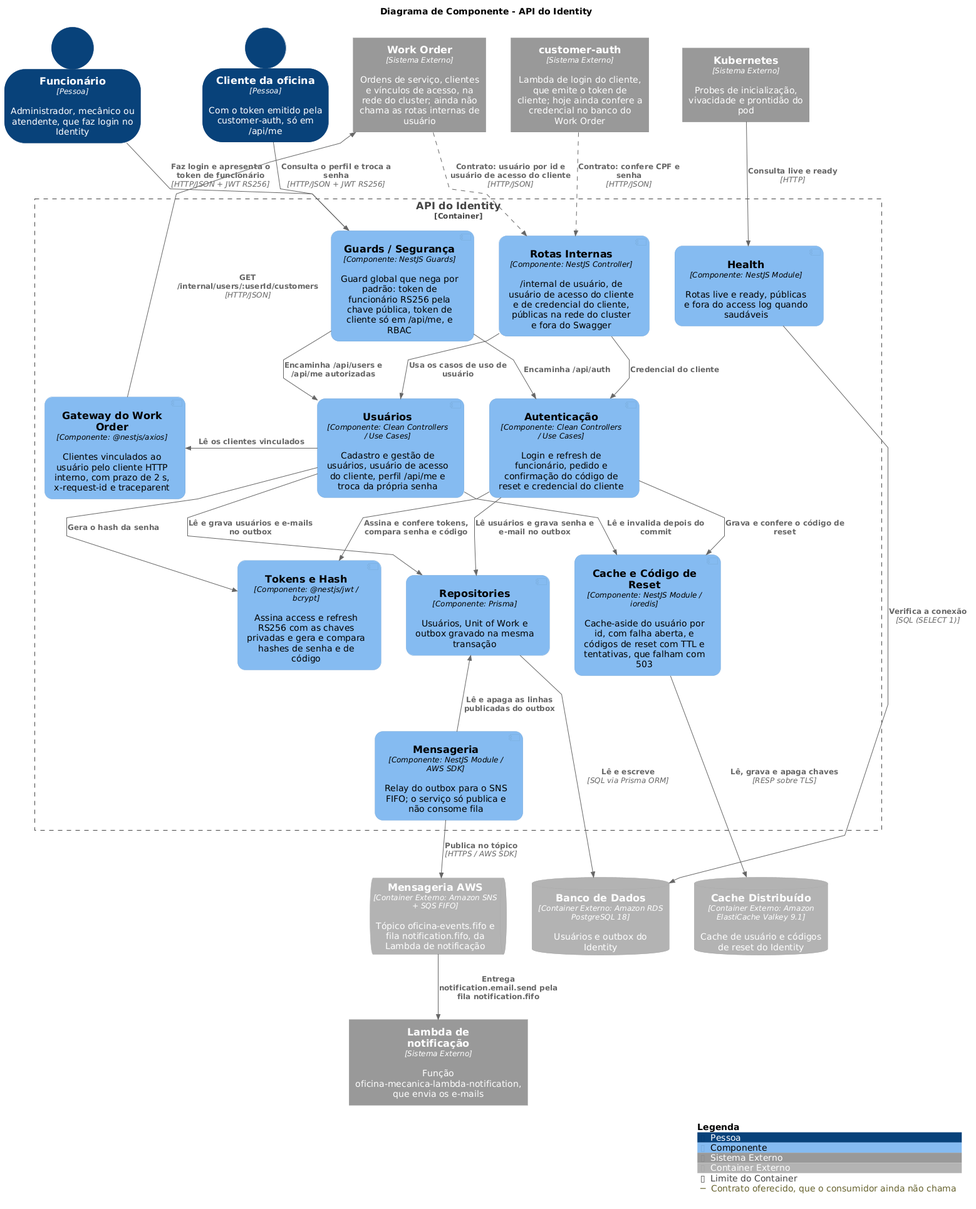
Before: docs/c4/images/c4-component.png, a diagram exported from PlantUML (FIAP-15SOAT/oficina-mecanica-identity-service).
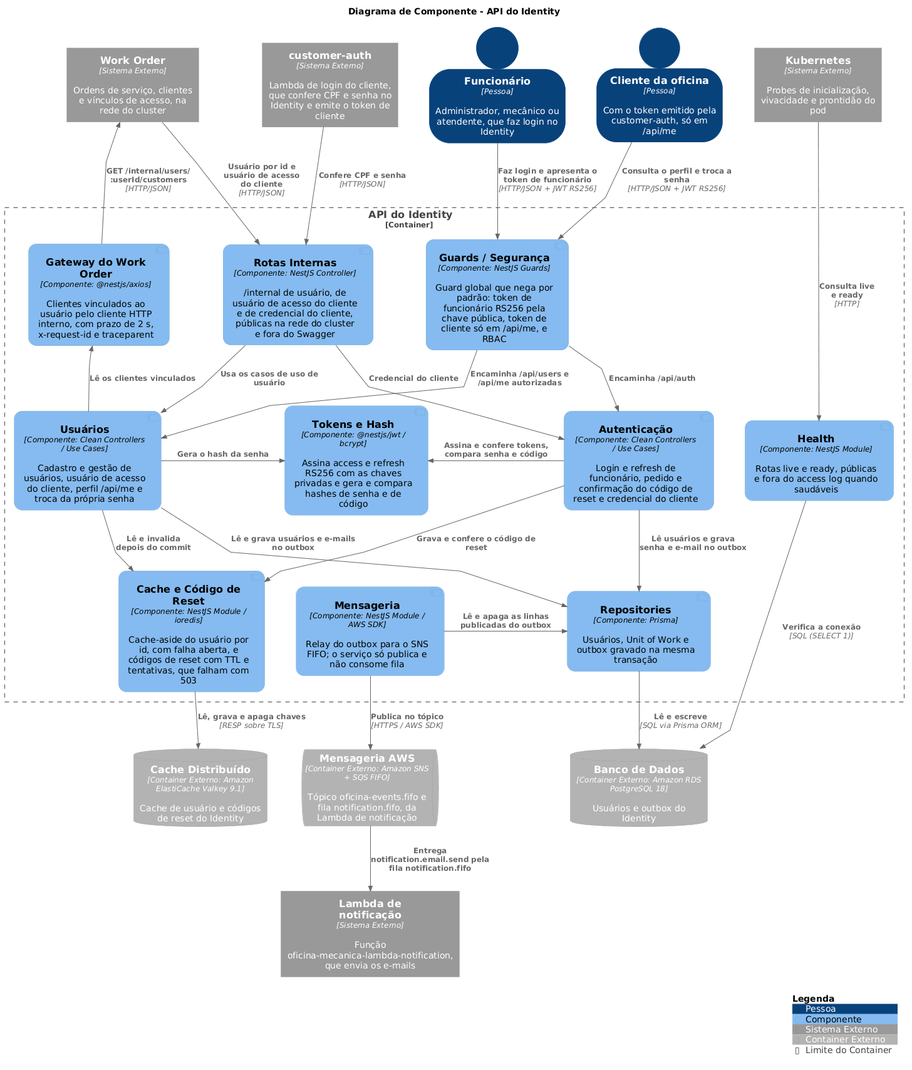
Above is the later version.

Commit message:
docs(identity): add ER diagram and align C4 with internal callers

Diff of the diagram source:
```diff
@@ -6,15 +6,17 @@
 UpdateElementStyle("person", $legendText="Pessoa")
 UpdateElementStyle("external_system", $legendText="Sistema Externo")
 UpdateElementStyle("external_container", $legendText="Container Externo")
-UpdateBoundaryStyle("container", $type="Container", $legendText="Limite do Container")
-AddRelTag("contract", $lineStyle = DashedLine(), $legendText="Contrato oferecido, que o consumidor ainda não chama")
+!$titleShift = "<U+00A0><U+00A0><U+00A0><U+00A0><U+00A0><U+00A0><U+00A0><U+00A0><U+00A0><U+00A0><U+00A0><U+00A0><U+00A0><U+00A0><U+00A0><U+00A0><U+00A0><U+00A0><U+00A0><U+00A0><U+00A0><U+00A0><U+00A0><U+00A0><U+00A0>"
+!$boundaryType = "Container]" + $titleShift + "<U+00A0><U+00A0><U+00A0><U+00A0><U+00A0><U+00A0><U+00A0><U+00A0><color:transparent>"
+!$boundaryName = "API do Identity" + $titleShift
+UpdateBoundaryStyle("container", $type=$boundaryType, $legendText="Limite do Container")
 
 SHOW_ELEMENT_TYPE($hidePersonType="false")
 SHOW_PERSON_OUTLINE()
 skinparam defaultFontName Arial
 
 skinparam linetype polyline
-skinparam nodesep 40
+skinparam nodesep 50
 skinparam ranksep 60
 
 skinparam component {
@@ -26,62 +28,63 @@
 
 title Diagrama de Componente - API do Identity
 
+System_Ext(workOrder, "Work Order", "Ordens de serviço, clientes e vínculos de acesso, na rede do cluster")
+System_Ext(customerAuth, "customer-auth", "Lambda de login do cliente, que confere CPF e senha no Identity e emite o token de cliente")
 Person(staff, "Funcionário", "Administrador, mecânico ou atendente, que faz login no Identity")
 Person(customer, "Cliente da oficina", "Com o token emitido pela customer-auth, só em /api/me")
-System_Ext(workOrder, "Work Order", "Ordens de serviço, clientes e vínculos de acesso, na rede do cluster; ainda não chama as rotas internas de usuário")
-System_Ext(customerAuth, "customer-auth", "Lambda de login do cliente, que emite o token de cliente; hoje ainda confere a credencial no banco do Work Order")
 System_Ext(k8s, "Kubernetes", "Probes de inicialização, vivacidade e prontidão do pod")
 
-Container_Boundary(api, "API do Identity") {
+Container_Boundary(api, $boundaryName) {
+    Component(gateways, "Gateway do Work Order", "@nestjs/axios", "Clientes vinculados ao usuário pelo cliente HTTP interno, com prazo de 2 s, x-request-id e traceparent", $baseShape="component")
+    Component(internalRoutes, "Rotas Internas", "NestJS Controller", "/internal de usuário, de usuário de acesso do cliente e de credencial do cliente, públicas na rede do cluster e fora do Swagger", $baseShape="component")
     Component(guards, "Guards / Segurança", "NestJS Guards", "Guard global que nega por padrão: token de funcionário RS256 pela chave pública, token de cliente só em /api/me, e RBAC", $baseShape="component")
-    Component(internalRoutes, "Rotas Internas", "NestJS Controller", "/internal de usuário, de usuário de acesso do cliente e de credencial do cliente, públicas na rede do cluster e fora do Swagger", $baseShape="component")
     Component(health, "Health", "NestJS Module", "Rotas live e ready, públicas e fora do access log quando saudáveis", $baseShape="component")
-    Component(auth, "Autenticação", "Clean Controllers / Use Cases", "Login e refresh de funcionário, pedido e confirmação do código de reset e credencial do cliente", $baseShape="component")
     Component(users, "Usuários", "Clean Controllers / Use Cases", "Cadastro e gestão de usuários, usuário de acesso do cliente, perfil /api/me e troca da própria senha", $baseShape="component")
     Component(tokens, "Tokens e Hash", "@nestjs/jwt / bcrypt", "Assina access e refresh RS256 com as chaves privadas e gera e compara hashes de senha e de código", $baseShape="component")
-    Component(gateways, "Gateway do Work Order", "@nestjs/axios", "Clientes vinculados ao usuário pelo cliente HTTP interno, com prazo de 2 s, x-request-id e traceparent", $baseShape="component")
+    Component(auth, "Autenticação", "Clean Controllers / Use Cases", "Login e refresh de funcionário, pedido e confirmação do código de reset e credencial do cliente", $baseShape="component")
     Component(cache, "Cache e Código de Reset", "NestJS Module / ioredis", "Cache-aside do usuário por id, com falha aberta, e códigos de reset com TTL e tentativas, que falham com 503", $baseShape="component")
     Component(repositories, "Repositories", "Prisma", "Usuários, Unit of Work e outbox gravado na mesma transação", $baseShape="component")
     Component(messaging, "Mensageria", "NestJS Module / AWS SDK", "Relay do outbox para o SNS FIFO; o serviço só publica e não consome fila", $baseShape="component")
 }
 
+ContainerDb_Ext(valkey, "Cache Distribuído", "Amazon ElastiCache Valkey 9.1", "Cache de usuário e códigos de reset do Identity")
 ContainerQueue_Ext(sns, "Mensageria AWS", "Amazon SNS + SQS FIFO", "Tópico oficina-events.fifo e fila notification.fifo, da Lambda de notificação")
 ContainerDb_Ext(postgres, "Banco de Dados", "Amazon RDS PostgreSQL 18", "Usuários e outbox do Identity")
-ContainerDb_Ext(valkey, "Cache Distribuído", "Amazon ElastiCache Valkey 9.1", "Cache de usuário e códigos de reset do Identity")
 System_Ext(notification, "Lambda de notificação", "Função oficina-mecanica-lambda-notification, que envia os e-mails")
 
+Lay_R(workOrder, customerAuth)
+Lay_D(workOrder, gateways)
+Lay_R(customerAuth, staff)
 Lay_R(staff, customer)
-Lay_R(customer, workOrder)
-Lay_R(workOrder, customerAuth)
-Lay_R(customerAuth, k8s)
-Lay_R(guards, internalRoutes)
-Lay_R(internalRoutes, health)
-Lay_R(auth, users)
-Lay_R(users, gateways)
-Lay_R(tokens, cache)
-Lay_R(cache, repositories)
-Lay_R(repositories, messaging)
+Lay_R(customer, k8s)
+Lay_R(gateways, internalRoutes)
+Lay_R(internalRoutes, guards)
+Lay_R(auth, health)
+Lay_R(users, tokens)
+Lay_R(tokens, auth)
+Lay_R(cache, messaging)
+Lay_R(messaging, repositories)
+Lay_R(valkey, sns)
 Lay_R(sns, postgres)
-Lay_R(postgres, valkey)
 
+Rel_U(gateways, workOrder, "GET /internal/users/\n:userId/customers", "HTTP/JSON")
+Rel_D(workOrder, internalRoutes, "Usuário por id e\nusuário de acesso\ndo cliente", "HTTP/JSON")
+Rel_D(customerAuth, internalRoutes, "Confere CPF e senha", "HTTP/JSON")
 Rel_D(staff, guards, "Faz login e apresenta o token de funcionário", "HTTP/JSON + JWT RS256")
 Rel_D(customer, guards, "Consulta o perfil e troca a senha", "HTTP/JSON + JWT RS256")
-Rel_D(workOrder, internalRoutes, "Contrato: usuário por id e usuário de acesso do cliente", "HTTP/JSON", $tags="contract")
-Rel_D(customerAuth, internalRoutes, "Contrato: confere CPF e senha", "HTTP/JSON", $tags="contract")
-Rel_D(k8s, health, "Consulta live e ready", "HTTP")
-Rel_D(guards, auth, "Encaminha /api/auth")
-Rel_D(guards, users, "Encaminha /api/users e /api/me autorizadas")
+Rel_D(k8s, health, "Consulta live\ne ready", "HTTP")
 Rel_D(internalRoutes, users, "Usa os casos de uso de usuário")
 Rel_D(internalRoutes, auth, "Credencial do cliente")
-Rel_D(auth, tokens, "Assina e confere tokens, compara senha e código")
-Rel_D(users, tokens, "Gera o hash da senha")
+Rel_D(guards, users, "Encaminha /api/users e /api/me autorizadas")
+Rel_D(guards, auth, "Encaminha /api/auth")
+Rel_L(users, gateways, "Lê os clientes vinculados")
+Rel_R(users, tokens, "Gera o hash da senha")
+Rel_L(auth, tokens, "Assina e confere tokens, compara senha e código")
+Rel_D(users, cache, "Lê e invalida\ndepois do commit")
 Rel_D(auth, cache, "Grava e confere o código de reset")
-Rel_D(users, cache, "Lê e invalida depois do commit")
-Rel_D(auth, repositories, "Lê usuários e grava senha e e-mail no outbox")
 Rel_D(users, repositories, "Lê e grava usuários e e-mails no outbox")
-Rel_R(users, gateways, "Lê os clientes vinculados")
-Rel_U(gateways, workOrder, "GET /internal/users/:userId/customers", "HTTP/JSON")
-Rel_D(messaging, repositories, "Lê e apaga as linhas publicadas do outbox")
+Rel_D(auth, repositories, "Lê usuários e grava\nsenha e e-mail no outbox")
+Rel_R(messaging, repositories, "Lê e apaga as linhas publicadas do outbox")
 Rel_D(messaging, sns, "Publica no tópico", "HTTPS / AWS SDK")
 Rel_D(repositories, postgres, "Lê e escreve", "SQL via Prisma ORM")
 Rel_D(cache, valkey, "Lê, grava e apaga chaves", "RESP sobre TLS")
```
